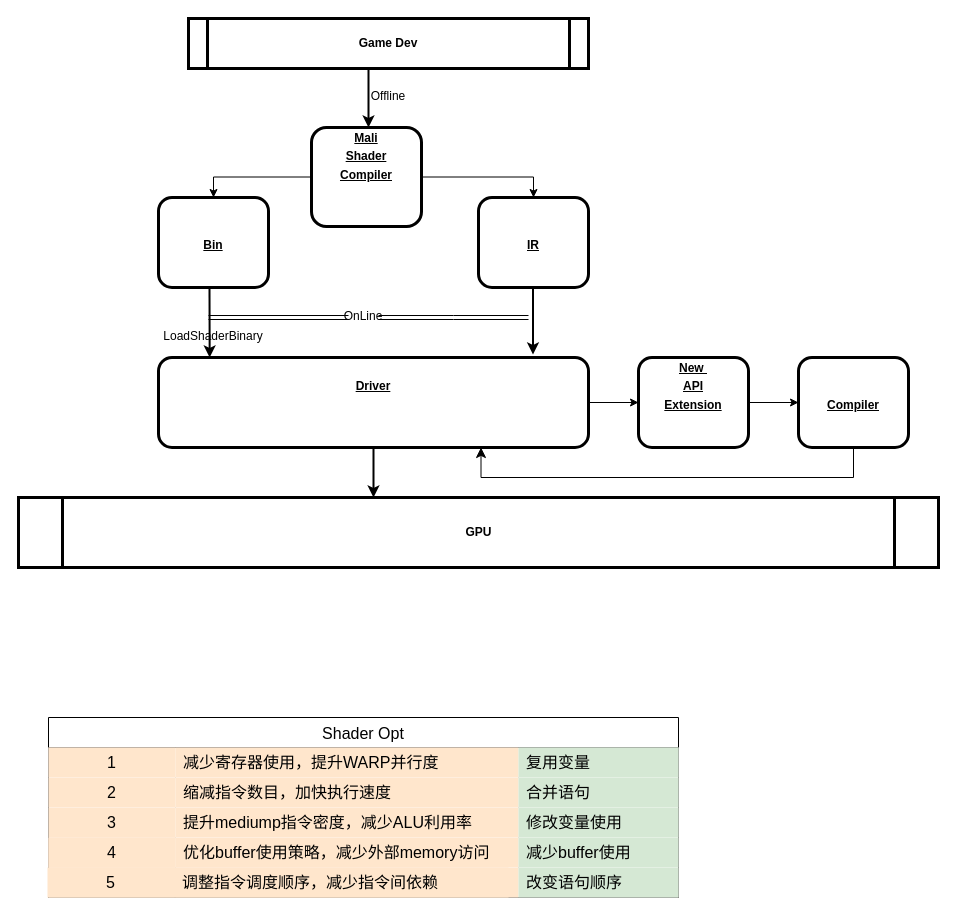
Earlier version of the draw.io diagram gpu_comp.drawio (COthello/mesadoc). Source tidied: cells renumbered, new cells numbered last; positions are measured from the earlier drawing's top-left corner, leaving out a move shared by most shapes. Both pictures are drawn from the tidied source at 100%, with x=0, y=0 at pixel (18, 18).
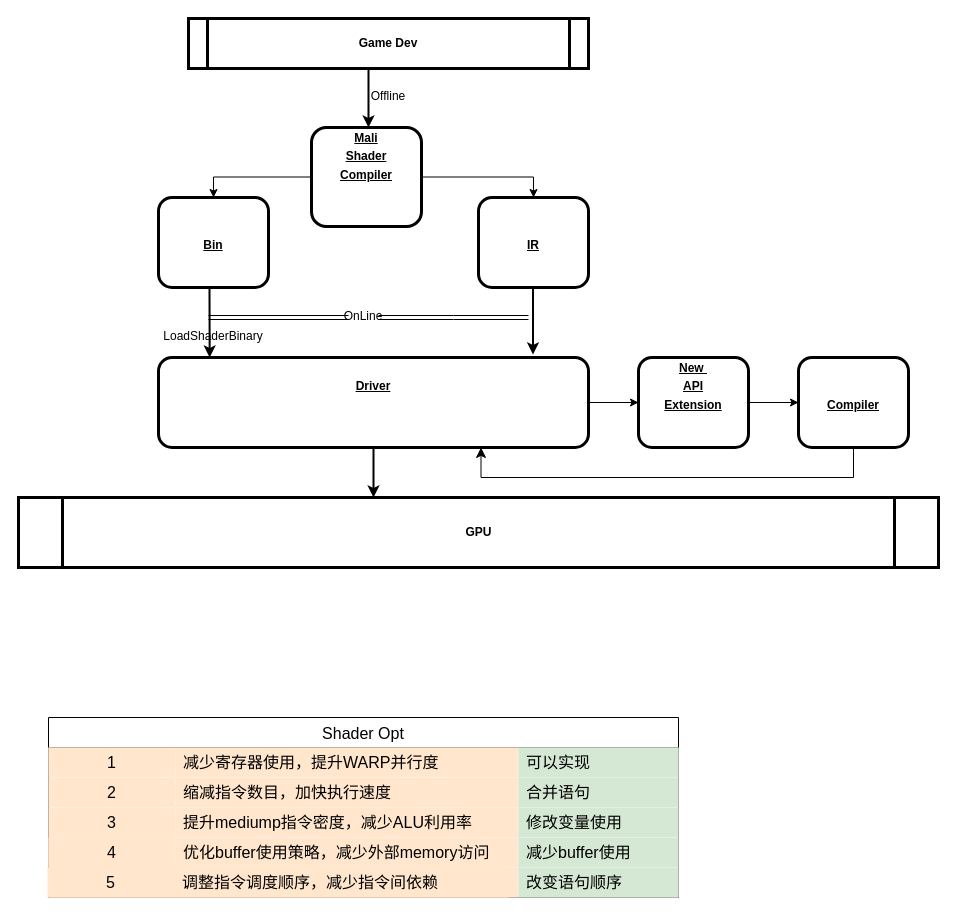
The same page after the edit.

Unchanged cells that the change refers to:
```xml
<mxCell id="25" style="shape=tableRow;horizontal=0;startSize=0;swimlaneHead=0;swimlaneBody=0;top=0;left=0;bottom=0;right=0;fontSize=16;" parent="24" vertex="1">
  <mxGeometry y="30" width="630" height="30" as="geometry" />
</mxCell>
```

What changed in the source:
```diff
@@
-    <mxCell id="28" value="复用变量" style="shape=partialRectangle;html=1;whiteSpace=wrap;top=0;left=0;bottom=0;right=0;align=left;spacingLeft=6;overflow=hidden;fontSize=16;fillColor=#d5e8d4;strokeColor=#82b366;" parent="25" vertex="1">
+    <mxCell id="28" value="可以实现" style="shape=partialRectangle;html=1;whiteSpace=wrap;top=0;left=0;bottom=0;right=0;align=left;spacingLeft=6;overflow=hidden;fontSize=16;fillColor=#d5e8d4;strokeColor=#82b366;" parent="25" vertex="1">
       <mxGeometry x="470" width="160" height="30" as="geometry" />
     </mxCell>
```
